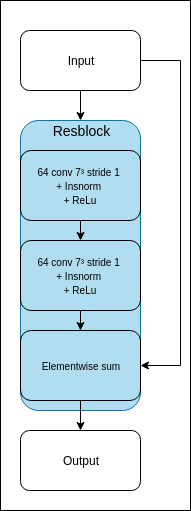
Before: Image_read_me/Resblock.png, a diagram exported from draw.io (koopa31/SegSRGAN). Source tidied: cells renumbered, new cells last; positions are measured from the earlier drawing's top-left corner, leaving out a move shared by most shapes.
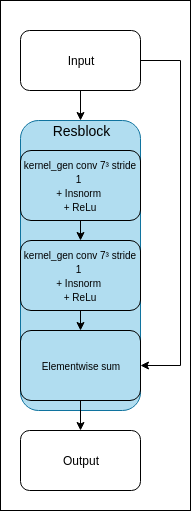
After the commit.

The edit, as a diff of the source:
```diff
@@ -28,13 +28,13 @@
     <mxCell id="8" style="edgeStyle=orthogonalEdgeStyle;rounded=0;jettySize=auto;html=1;exitX=0.5;exitY=1;exitDx=0;exitDy=0;entryX=0.5;entryY=0;entryDx=0;entryDy=0;" parent="1" edge="1" source="9" target="11">
       <mxGeometry relative="1" as="geometry" />
     </mxCell>
-    <mxCell id="9" value="&lt;span style=&quot;font-size: 10px ; white-space: normal&quot;&gt;64 conv 7³ stride 1&amp;nbsp;&lt;/span&gt;&lt;br style=&quot;font-size: 10px ; white-space: normal&quot;&gt;&lt;span style=&quot;font-size: 10px ; white-space: normal&quot;&gt;+ Insnorm&amp;nbsp;&lt;/span&gt;&lt;br style=&quot;font-size: 10px ; white-space: normal&quot;&gt;&lt;span style=&quot;font-size: 10px ; white-space: normal&quot;&gt;+ ReLu&lt;/span&gt;" style="rounded=1;whiteSpace=wrap;html=1;fillColor=none;" parent="1" vertex="1">
+    <mxCell id="9" value="&lt;span style=&quot;font-size: 10px ; white-space: normal&quot;&gt;kernel_gen conv 7³ stride 1&amp;nbsp;&lt;/span&gt;&lt;br style=&quot;font-size: 10px ; white-space: normal&quot;&gt;&lt;span style=&quot;font-size: 10px ; white-space: normal&quot;&gt;+ Insnorm&amp;nbsp;&lt;/span&gt;&lt;br style=&quot;font-size: 10px ; white-space: normal&quot;&gt;&lt;span style=&quot;font-size: 10px ; white-space: normal&quot;&gt;+ ReLu&lt;/span&gt;" style="rounded=1;whiteSpace=wrap;html=1;fillColor=none;" parent="1" vertex="1">
       <mxGeometry x="20" y="150" width="120" height="70" as="geometry" />
     </mxCell>
     <mxCell id="10" style="edgeStyle=orthogonalEdgeStyle;rounded=0;jettySize=auto;html=1;exitX=0.5;exitY=1;exitDx=0;exitDy=0;entryX=0.5;entryY=0;entryDx=0;entryDy=0;" parent="1" edge="1" source="11" target="13">
       <mxGeometry relative="1" as="geometry" />
     </mxCell>
-    <mxCell id="11" value="&lt;span style=&quot;font-size: 10px ; white-space: normal&quot;&gt;64 conv 7³ stride 1&amp;nbsp;&lt;/span&gt;&lt;br style=&quot;font-size: 10px ; white-space: normal&quot;&gt;&lt;span style=&quot;font-size: 10px ; white-space: normal&quot;&gt;+ Insnorm&amp;nbsp;&lt;/span&gt;&lt;br style=&quot;font-size: 10px ; white-space: normal&quot;&gt;&lt;span style=&quot;font-size: 10px ; white-space: normal&quot;&gt;+ ReLu&lt;/span&gt;" style="rounded=1;whiteSpace=wrap;html=1;fillColor=none;" parent="1" vertex="1">
+    <mxCell id="11" value="&lt;span style=&quot;font-size: 10px&quot;&gt;kernel_gen&lt;/span&gt;&lt;span style=&quot;font-size: 10px ; white-space: normal&quot;&gt;&amp;nbsp;conv 7³ stride 1&amp;nbsp;&lt;/span&gt;&lt;br style=&quot;font-size: 10px ; white-space: normal&quot;&gt;&lt;span style=&quot;font-size: 10px ; white-space: normal&quot;&gt;+ Insnorm&amp;nbsp;&lt;/span&gt;&lt;br style=&quot;font-size: 10px ; white-space: normal&quot;&gt;&lt;span style=&quot;font-size: 10px ; white-space: normal&quot;&gt;+ ReLu&lt;/span&gt;" style="rounded=1;whiteSpace=wrap;html=1;fillColor=none;" parent="1" vertex="1">
       <mxGeometry x="20" y="240" width="120" height="70" as="geometry" />
     </mxCell>
     <mxCell id="12" style="edgeStyle=orthogonalEdgeStyle;rounded=0;jettySize=auto;html=1;exitX=0.5;exitY=1;exitDx=0;exitDy=0;" parent="1" edge="1" source="13" target="14">
```
